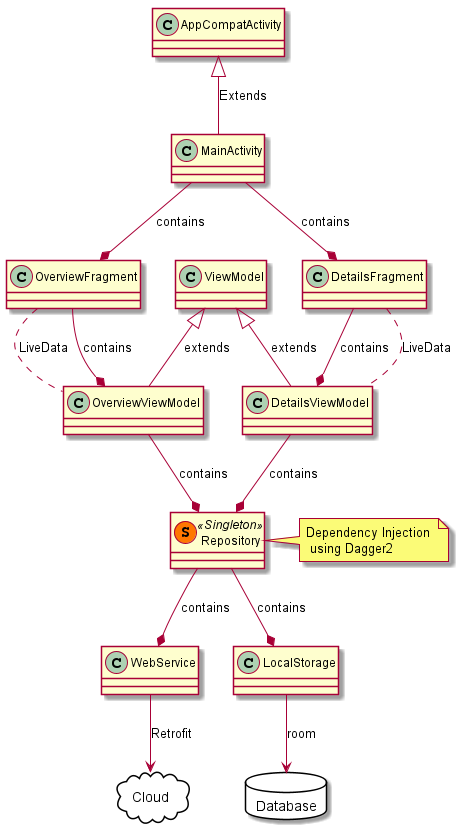
Before: docs/puml/classdiagram.png, a diagram exported from PlantUML (viniciushisao/reddit-articles).
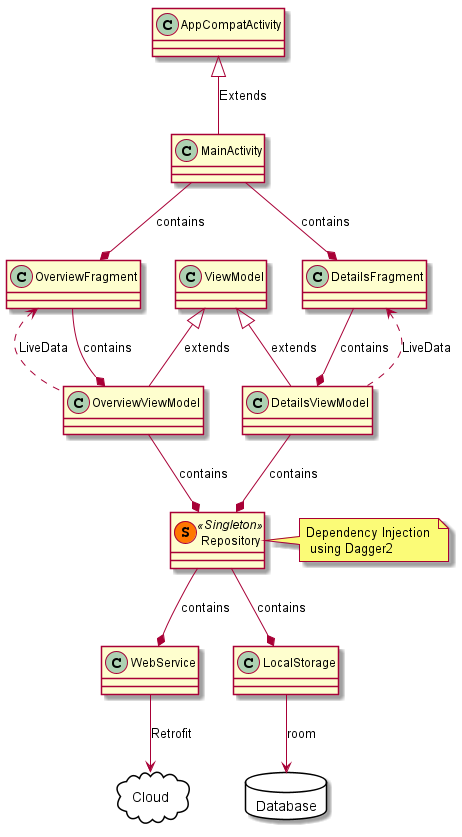
The same file after the commit.

What changed in the source:
```diff
@@ -8,14 +8,13 @@
 package Database <<Database>> {
 }
 
-
 AppCompatActivity <|-- MainActivity   : Extends
 MainActivity  --*  OverviewFragment : contains
 MainActivity  --*  DetailsFragment : contains
 DetailsFragment --* DetailsViewModel :  contains
-DetailsFragment .. DetailsViewModel :  LiveData
+DetailsFragment <.. DetailsViewModel :  LiveData
 OverviewFragment --* OverviewViewModel : contains
-OverviewFragment .. OverviewViewModel : LiveData
+OverviewFragment <.. OverviewViewModel : LiveData
 ViewModel <|-- OverviewViewModel: extends
 ViewModel <|-- DetailsViewModel: extends
 DetailsViewModel --* Repository : contains
```
